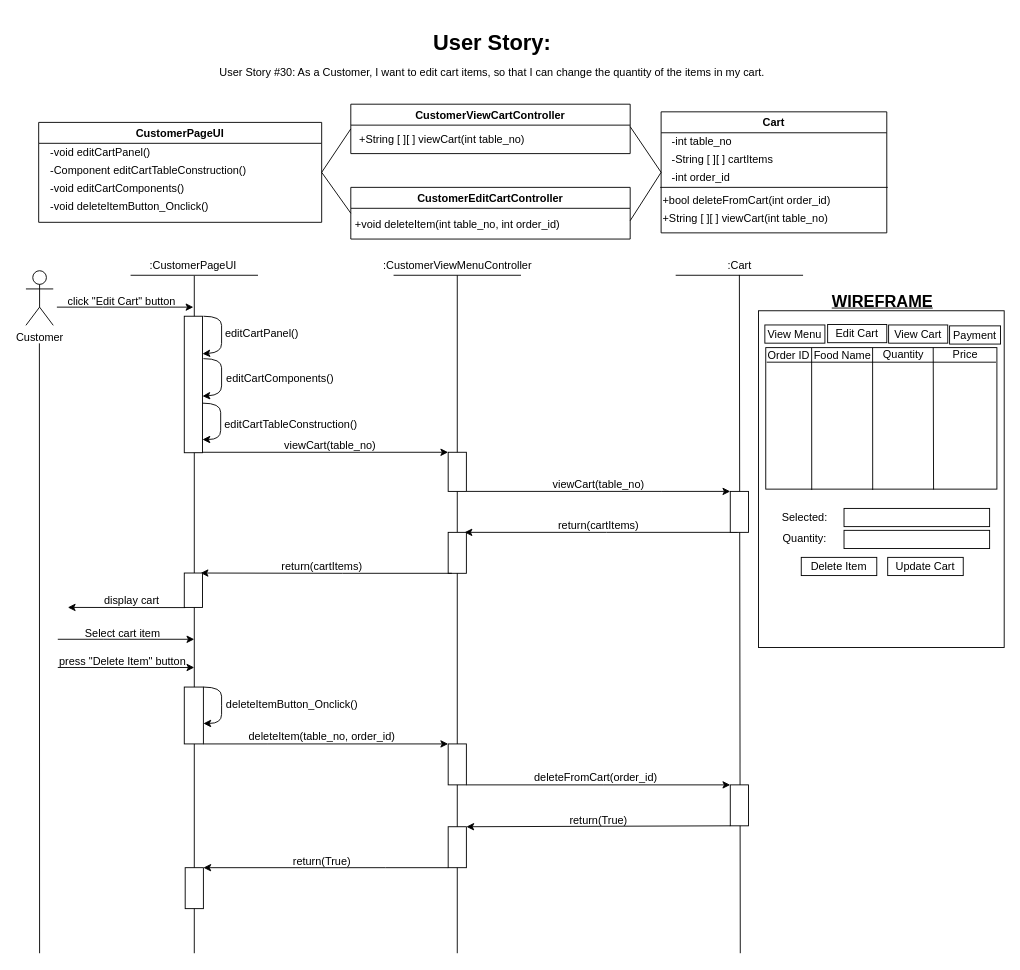
This is BCE_UML_and_Diagrams/Customer (WIP)/Customer_DeleteCart(#33)/UserStory#33_Customer_DeleteCart.drawio from extred5700/JAVAGUI-Restaurant-Table-Order-System, a draw.io file, before an edit. Source tidied: cells renumbered, new cells numbered last; positions are measured from the earlier drawing's top-left corner, leaving out a move shared by most shapes. Both pictures are drawn from the tidied source at 91%, with x=0, y=0 at pixel (25, 25).
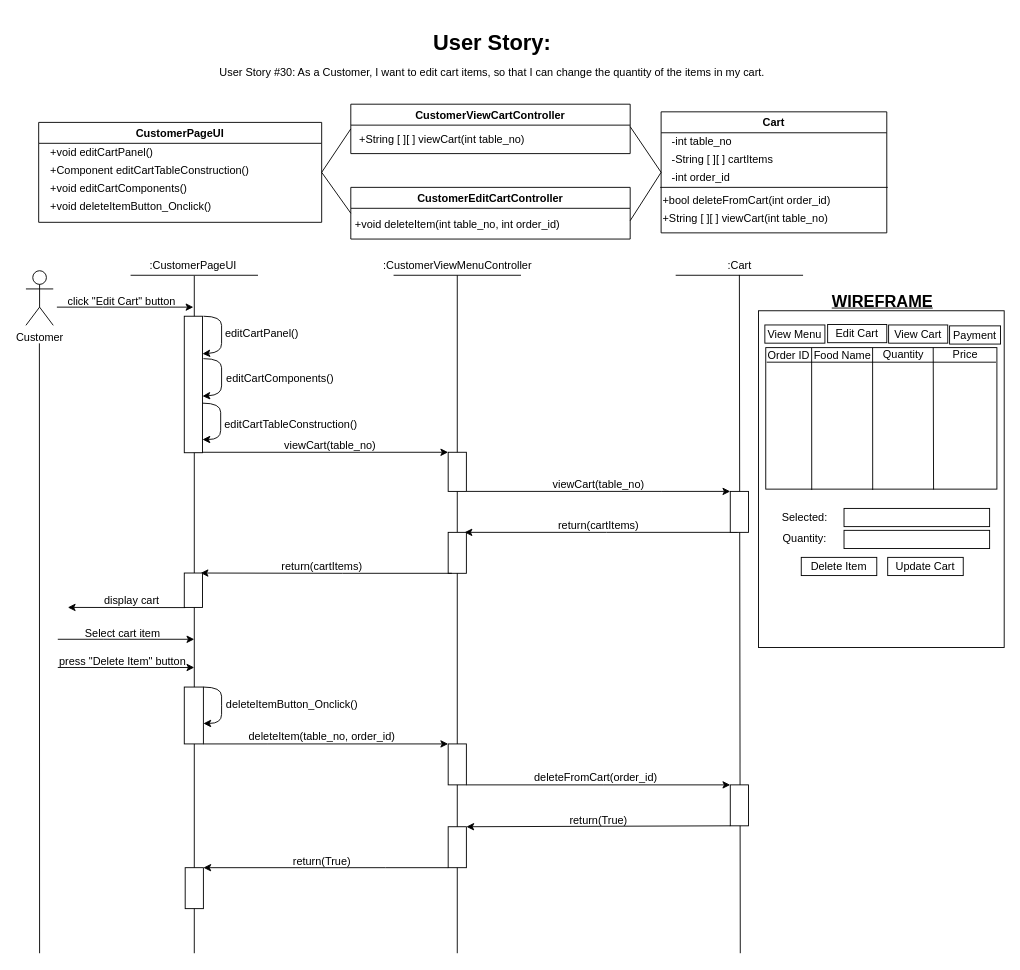
Above is the later version.

Unchanged cells that the change refers to:
```xml
<mxCell id="4" value="CustomerPageUI" style="swimlane;" parent="1" vertex="1">
  <mxGeometry x="14" y="107" width="311" height="109.8" as="geometry" />
</mxCell>
```

Diff of the diagram source:
```diff
@@
-    <mxCell id="5" value="-void editCartPanel()" style="text;html=1;align=left;verticalAlign=middle;strokeColor=none;fillColor=none;" parent="4" vertex="1">
+    <mxCell id="5" value="+void editCartPanel()" style="text;html=1;align=left;verticalAlign=middle;strokeColor=none;fillColor=none;" parent="4" vertex="1">
       <mxGeometry x="11" y="23" width="130" height="20" as="geometry" />
     </mxCell>
-    <mxCell id="6" value="-Component editCartTableConstruction()" style="text;html=1;align=left;verticalAlign=middle;strokeColor=none;fillColor=none;" parent="4" vertex="1">
+    <mxCell id="6" value="+Component editCartTableConstruction()" style="text;html=1;align=left;verticalAlign=middle;strokeColor=none;fillColor=none;" parent="4" vertex="1">
       <mxGeometry x="11" y="43" width="230" height="20" as="geometry" />
     </mxCell>
-    <mxCell id="7" value="-void editCartComponents()" style="text;html=1;align=left;verticalAlign=middle;strokeColor=none;fillColor=none;" parent="4" vertex="1">
-      <mxGeometry x="11" y="63" width="160" height="20" as="geometry" />
+    <mxCell id="7" value="+void editCartComponents()" style="text;html=1;align=left;verticalAlign=middle;strokeColor=none;fillColor=none;" parent="4" vertex="1">
+      <mxGeometry x="11" y="63" width="170" height="20" as="geometry" />
     </mxCell>
-    <mxCell id="8" value="-void deleteItemButton_Onclick()" style="text;html=1;align=left;verticalAlign=middle;strokeColor=none;fillColor=none;" parent="4" vertex="1">
+    <mxCell id="8" value="+void deleteItemButton_Onclick()" style="text;html=1;align=left;verticalAlign=middle;strokeColor=none;fillColor=none;" parent="4" vertex="1">
       <mxGeometry x="11" y="83" width="190" height="20" as="geometry" />
     </mxCell>
```
